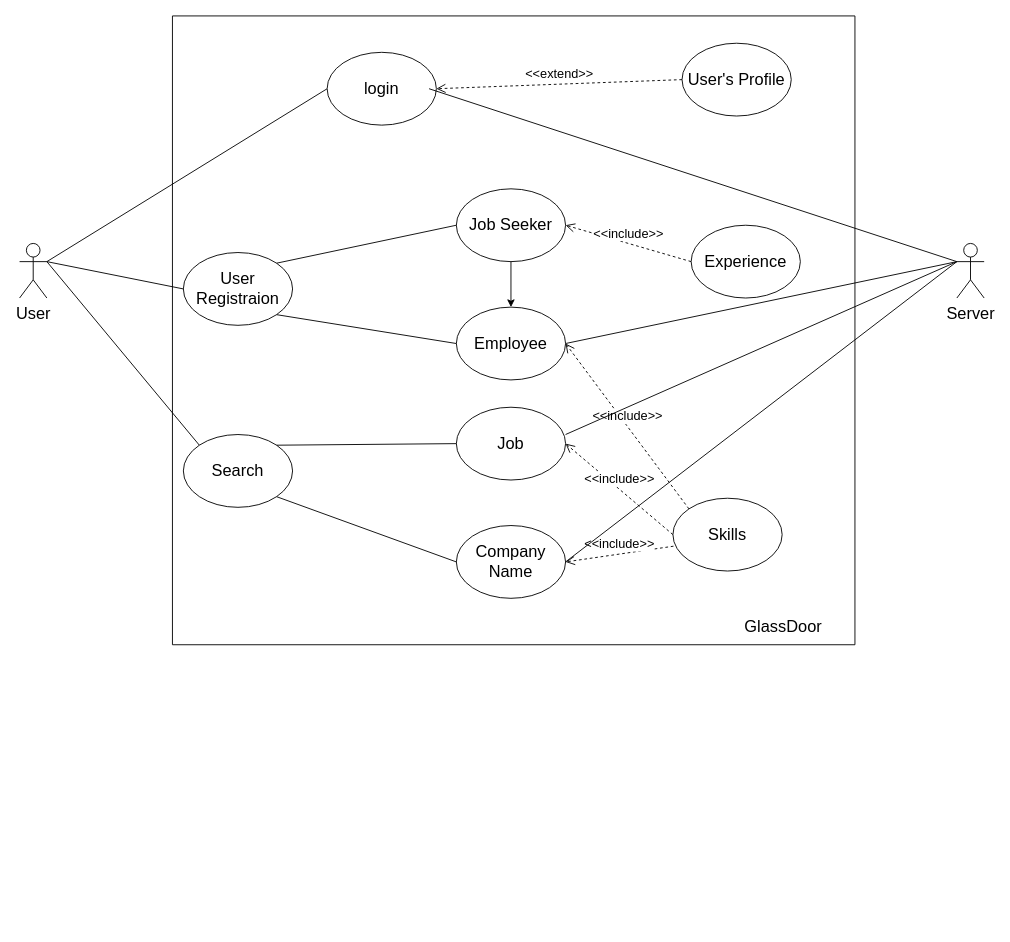
Above: User Case Diagram.drawio in nikhilsoftwareboy/Draw.io (draw.io), before the change. Source tidied: cells renumbered, new cells numbered last; positions are measured from the earlier drawing's top-left corner, leaving out a move shared by most shapes. Both pictures are drawn from the tidied source at 91%, with x=0, y=0 at pixel (19, 15).
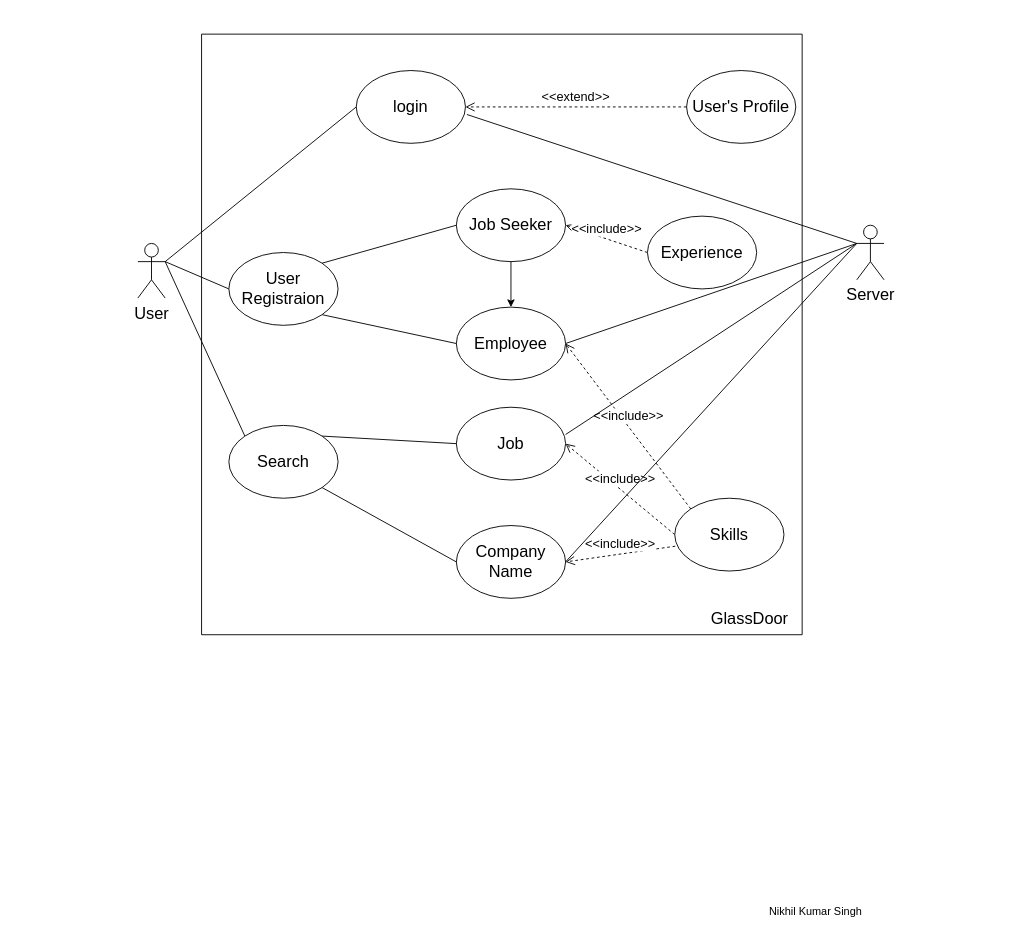
After the change.

The change refers to these unchanged cells:
```xml
<mxCell id="6" value="&lt;font style=&quot;font-size: 18px;&quot;&gt;Employee&lt;/font&gt;" style="ellipse;whiteSpace=wrap;html=1;" parent="1" vertex="1">
  <mxGeometry x="480" y="320" width="120" height="80" as="geometry" />
</mxCell>
<mxCell id="8" value="&lt;font style=&quot;font-size: 18px;&quot;&gt;Company Name&lt;/font&gt;" style="ellipse;whiteSpace=wrap;html=1;" parent="1" vertex="1">
  <mxGeometry x="480" y="560" width="120" height="80" as="geometry" />
</mxCell>
<mxCell id="25" value="&lt;font style=&quot;font-size: 18px;&quot;&gt;login&lt;/font&gt;" style="ellipse;whiteSpace=wrap;html=1;" parent="21" vertex="1">
  <mxGeometry x="170" y="40" width="120" height="80" as="geometry" />
</mxCell>
```

Change to the diagram source:
```diff
@@
     <mxCell id="2" value="&lt;font style=&quot;font-size: 18px;&quot;&gt;User&lt;/font&gt;" style="shape=umlActor;verticalLabelPosition=bottom;verticalAlign=top;html=1;outlineConnect=0;" parent="1" vertex="1">
-      <mxGeometry y="250" width="30" height="60" as="geometry" />
+      <mxGeometry x="130" y="250" width="30" height="60" as="geometry" />
     </mxCell>
-    <mxCell id="3" value="&lt;font style=&quot;font-size: 18px;&quot;&gt;User Registraion&lt;/font&gt;" style="ellipse;whiteSpace=wrap;html=1;" parent="1" vertex="1">
-      <mxGeometry x="180" y="260" width="120" height="80" as="geometry" />
-    </mxCell>
-    <mxCell id="4" value="&lt;font style=&quot;font-size: 18px;&quot;&gt;Search&lt;/font&gt;" style="ellipse;whiteSpace=wrap;html=1;" parent="1" vertex="1">
-      <mxGeometry x="180" y="460" width="120" height="80" as="geometry" />
-    </mxCell>
@@
     <mxCell id="9" value="&lt;font style=&quot;font-size: 18px;&quot;&gt;Server&lt;/font&gt;" style="shape=umlActor;verticalLabelPosition=bottom;verticalAlign=top;html=1;outlineConnect=0;" parent="1" vertex="1">
-      <mxGeometry x="1030" y="250" width="30" height="60" as="geometry" />
+      <mxGeometry x="920" y="230" width="30" height="60" as="geometry" />
     </mxCell>
@@
     <mxCell id="21" style="swimlane;startSize=0;" parent="1" vertex="1">
-      <mxGeometry x="168" width="750" height="691" as="geometry" />
+      <mxGeometry x="200" y="20" width="660" height="660" as="geometry" />
     </mxCell>
     <mxCell id="22" value="&lt;font style=&quot;font-size: 18px;&quot;&gt;Skills&lt;/font&gt;" style="ellipse;whiteSpace=wrap;html=1;" parent="21" vertex="1">
-      <mxGeometry x="550" y="530" width="120" height="80" as="geometry" />
+      <mxGeometry x="520" y="510" width="120" height="80" as="geometry" />
     </mxCell>
     <mxCell id="23" value="&lt;font style=&quot;font-size: 18px;&quot;&gt;Experience&lt;/font&gt;" style="ellipse;whiteSpace=wrap;html=1;" parent="21" vertex="1">
-      <mxGeometry x="570" y="230" width="120" height="80" as="geometry" />
+      <mxGeometry x="490" y="200" width="120" height="80" as="geometry" />
     </mxCell>
     <mxCell id="24" value="&lt;font style=&quot;font-size: 18px;&quot;&gt;User's Profile&lt;/font&gt;" style="ellipse;whiteSpace=wrap;html=1;" parent="21" vertex="1">
-      <mxGeometry x="560" y="30" width="120" height="80" as="geometry" />
+      <mxGeometry x="533" y="40" width="120" height="80" as="geometry" />
     </mxCell>
@@
     <mxCell id="27" value="&lt;font style=&quot;font-size: 18px;&quot;&gt;GlassDoor&lt;/font&gt;" style="text;html=1;align=center;verticalAlign=middle;strokeColor=none;fillColor=none;" parent="21" vertex="1">
-      <mxGeometry x="619" y="654" width="103" height="34" as="geometry" />
+      <mxGeometry x="550" y="626" width="103" height="34" as="geometry" />
     </mxCell>
+    <mxCell id="3" value="&lt;font style=&quot;font-size: 18px;&quot;&gt;User Registraion&lt;/font&gt;" style="ellipse;whiteSpace=wrap;html=1;" parent="21" vertex="1">
+      <mxGeometry x="30" y="240" width="120" height="80" as="geometry" />
+    </mxCell>
+    <mxCell id="4" value="&lt;font style=&quot;font-size: 18px;&quot;&gt;Search&lt;/font&gt;" style="ellipse;whiteSpace=wrap;html=1;" parent="21" vertex="1">
+      <mxGeometry x="30" y="430" width="120" height="80" as="geometry" />
+    </mxCell>
-    <mxCell id="28" style="endArrow=none;html=1;rounded=0;entryX=0;entryY=0.3333333333333333;entryDx=0;entryDy=0;entryPerimeter=0;" parent="1" edge="1" target="9">
-      <mxGeometry relative="1" as="geometry">
-        <mxPoint x="450" y="80" as="sourcePoint" />
-      </mxGeometry>
+    <mxCell id="28" style="endArrow=none;html=1;rounded=0;exitX=1.013;exitY=0.604;exitDx=0;exitDy=0;exitPerimeter=0;entryX=0;entryY=0.3333333333333333;entryDx=0;entryDy=0;entryPerimeter=0;" parent="1" edge="1" source="25" target="9">
+      <mxGeometry relative="1" as="geometry" />
     </mxCell>
     <mxCell id="29" style="endArrow=none;html=1;rounded=0;exitX=1;exitY=0.5;exitDx=0;exitDy=0;" parent="1" edge="1" source="8">
       <mxGeometry relative="1" as="geometry">
-        <mxPoint x="1030" y="270" as="targetPoint" />
+        <mxPoint x="920" y="250" as="targetPoint" />
       </mxGeometry>
     </mxCell>
-    <mxCell id="30" style="endArrow=none;html=1;rounded=0;entryX=0;entryY=0.3333333333333333;entryDx=0;entryDy=0;entryPerimeter=0;" parent="1" edge="1" target="9">
+    <mxCell id="30" style="endArrow=none;html=1;rounded=0;" parent="1" edge="1">
       <mxGeometry relative="1" as="geometry">
         <mxPoint x="600" y="460" as="sourcePoint" />
+        <mxPoint x="920" y="250" as="targetPoint" />
       </mxGeometry>
     </mxCell>
-    <mxCell id="31" style="endArrow=none;html=1;rounded=0;exitX=1;exitY=0.5;exitDx=0;exitDy=0;" parent="1" edge="1" source="6">
-      <mxGeometry relative="1" as="geometry">
-        <mxPoint x="1030" y="270" as="targetPoint" />
-      </mxGeometry>
+    <mxCell id="31" style="endArrow=none;html=1;rounded=0;exitX=1;exitY=0.5;exitDx=0;exitDy=0;entryX=0;entryY=0.3333333333333333;entryDx=0;entryDy=0;entryPerimeter=0;" parent="1" edge="1" source="6" target="9">
+      <mxGeometry relative="1" as="geometry" />
     </mxCell>
@@
+    <mxCell id="33" value="Nikhil Kumar Singh" style="text;html=1;align=center;verticalAlign=middle;whiteSpace=wrap;rounded=0;" parent="1" vertex="1">
+      <mxGeometry x="820" y="970" width="110" height="30" as="geometry" />
+    </mxCell>
```
